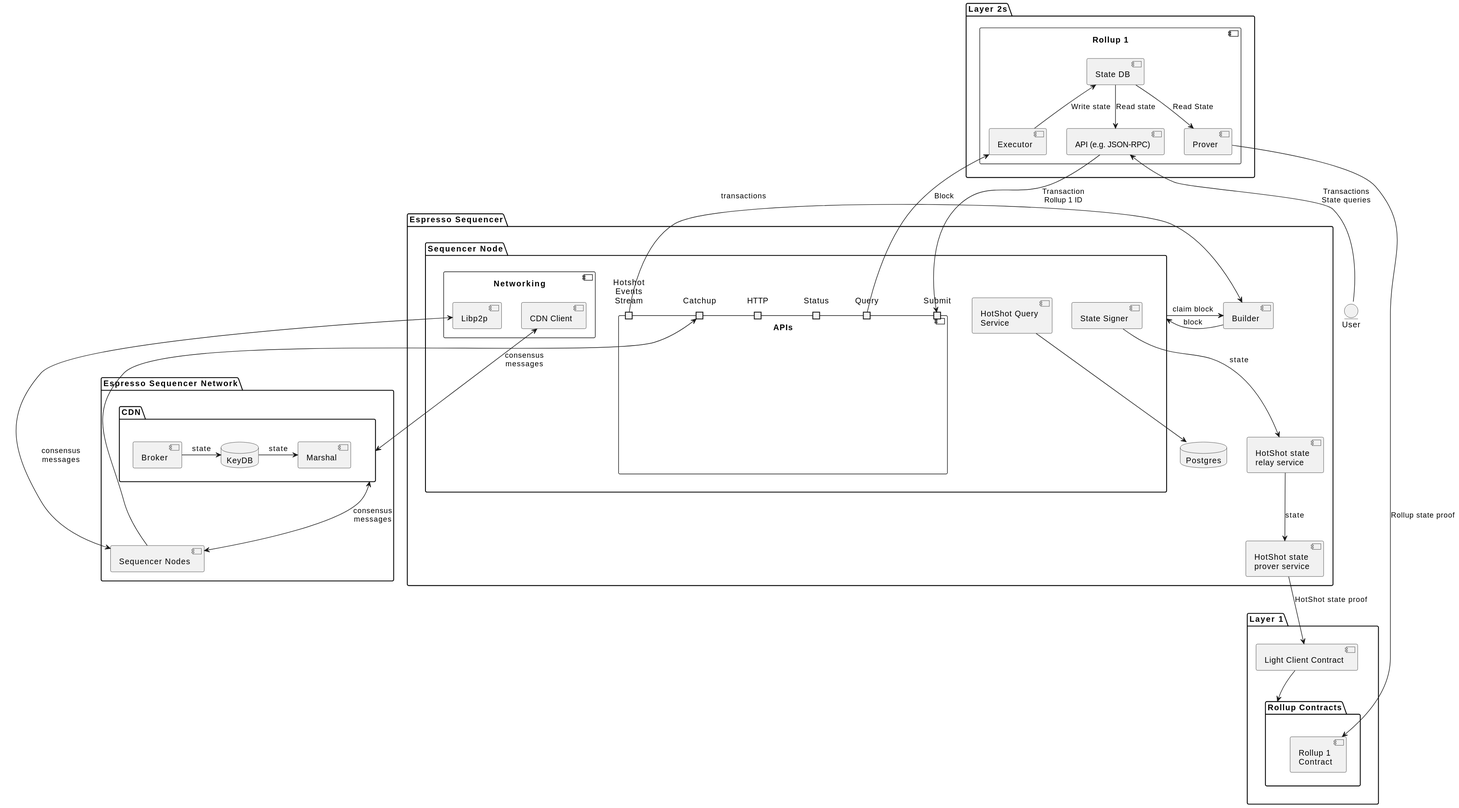
Before: doc/architecture.svg, a diagram exported from PlantUML (EspressoSystems/espresso-sequencer).
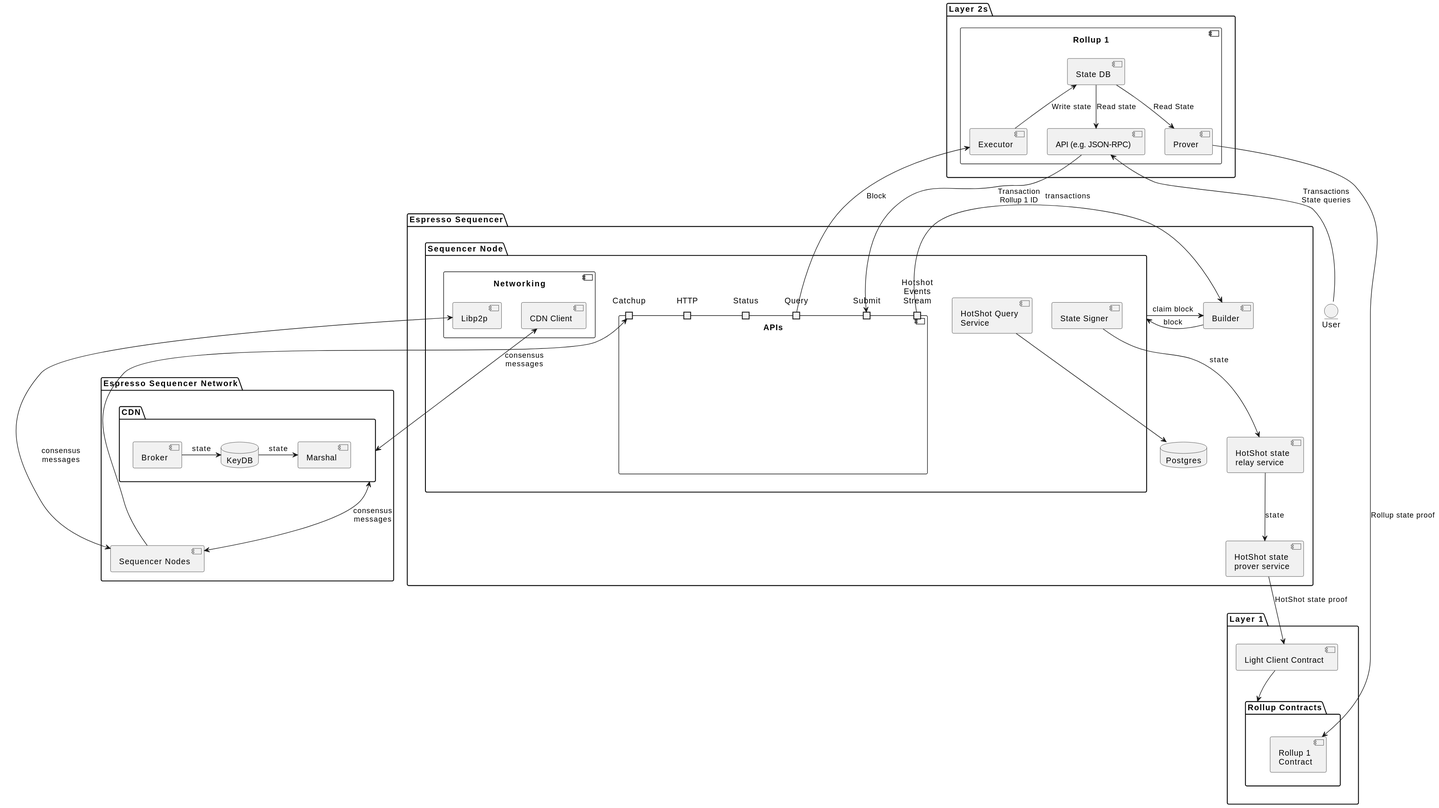
After the change.

What changed in the source:
```diff
@@ -18,12 +18,12 @@
         component "HotShot Query\nService" as QS {
         }
         component "APIs" {
-            portin "Hotshot\nEvents\nStream" as Events
             portin Catchup
             portin HTTP
             portin Status
             portin Submit
             portin Query
+            portin "Hotshot\nEvents\nStream" as Events
         }
         component "Networking"{
             component Libp2p
```
